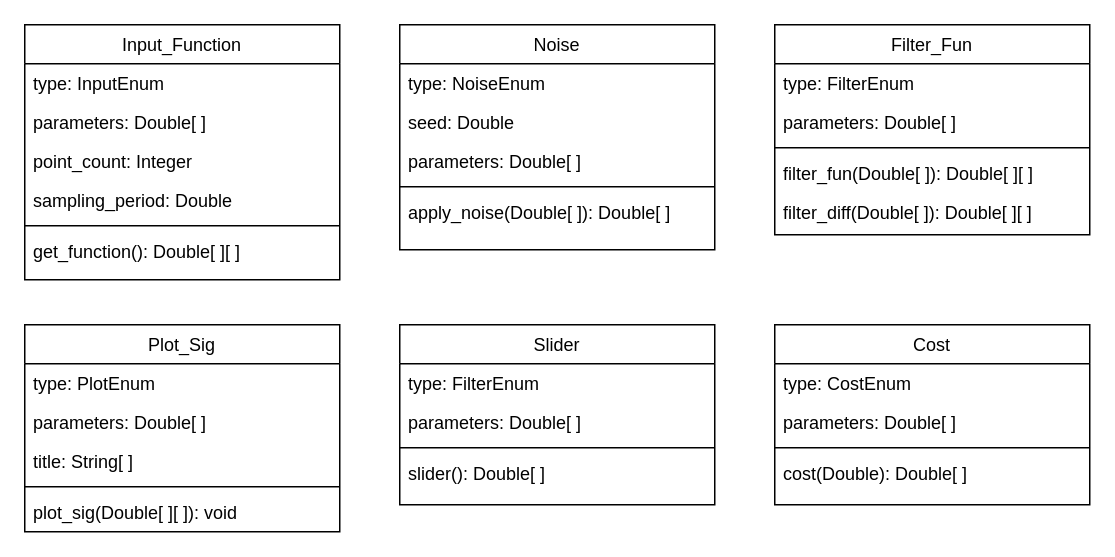
Above: page "Overview" (1 of 6) of overview.drawio in TGSP1997/OS-RST (draw.io), before the change. Source tidied: cells renumbered, new cells numbered last; positions are measured from the earlier drawing's top-left corner, leaving out a move shared by most shapes. Both pictures are drawn from the tidied source at 150%, with x=0, y=0 at pixel (24, 24).
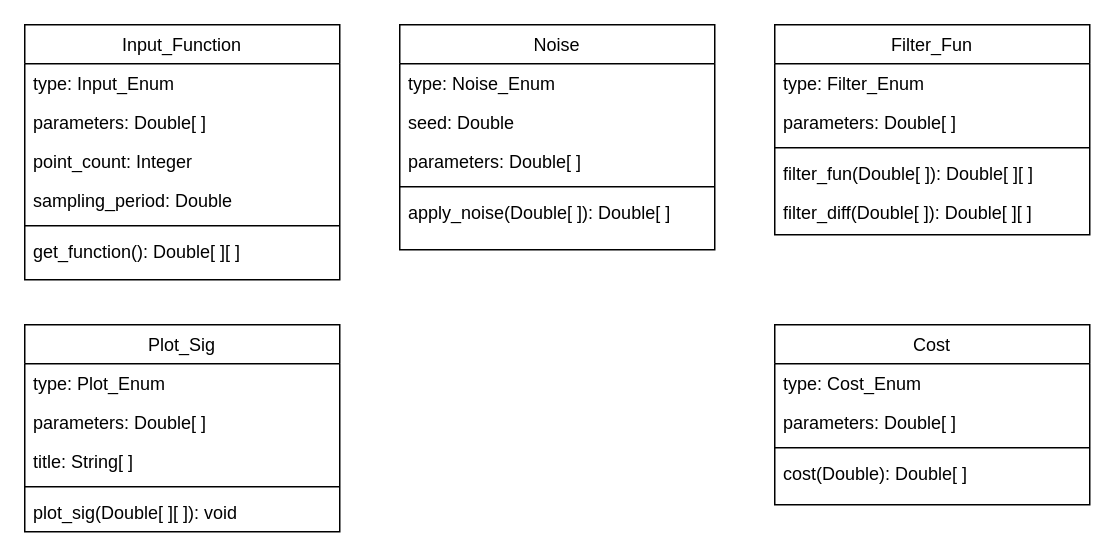
The same page after the edit.

The change refers to these unchanged cells:
```xml
<mxCell id="2" value="Input_Function" style="swimlane;fontStyle=0;align=center;verticalAlign=top;horizontal=1;startSize=26;rounded=0;shadow=0;strokeWidth=1;" parent="1" vertex="1">
  <mxGeometry width="210" height="170" as="geometry" />
</mxCell>
<mxCell id="9" value="Noise" style="swimlane;fontStyle=0;align=center;verticalAlign=top;horizontal=1;startSize=26;rounded=0;shadow=0;strokeWidth=1;" parent="1" vertex="1">
  <mxGeometry x="250" width="210" height="150" as="geometry" />
</mxCell>
<mxCell id="15" value="Filter_Fun" style="swimlane;fontStyle=0;align=center;verticalAlign=top;horizontal=1;startSize=26;rounded=0;shadow=0;strokeWidth=1;" parent="1" vertex="1">
  <mxGeometry x="500" width="210" height="140" as="geometry" />
</mxCell>
<mxCell id="21" value="Cost" style="swimlane;fontStyle=0;align=center;verticalAlign=top;horizontal=1;startSize=26;rounded=0;shadow=0;strokeWidth=1;" parent="1" vertex="1">
  <mxGeometry x="500" y="200" width="210" height="120" as="geometry" />
</mxCell>
<mxCell id="26" value="Plot_Sig" style="swimlane;fontStyle=0;align=center;verticalAlign=top;horizontal=1;startSize=26;rounded=0;shadow=0;strokeWidth=1;" parent="1" vertex="1">
  <mxGeometry y="200" width="210" height="138" as="geometry" />
</mxCell>
```

What changed in the source:
```diff
@@
-    <mxCell id="3" value="type: InputEnum" style="text;align=left;verticalAlign=top;spacingLeft=4;spacingRight=4;overflow=hidden;" parent="2" vertex="1">
+    <mxCell id="3" value="type: Input_Enum" style="text;align=left;verticalAlign=top;spacingLeft=4;spacingRight=4;overflow=hidden;" parent="2" vertex="1">
       <mxGeometry y="26" width="210" height="26" as="geometry" />
     </mxCell>
@@
-    <mxCell id="10" value="type: NoiseEnum" style="text;align=left;verticalAlign=top;spacingLeft=4;spacingRight=4;overflow=hidden;" parent="9" vertex="1">
+    <mxCell id="10" value="type: Noise_Enum" style="text;align=left;verticalAlign=top;spacingLeft=4;spacingRight=4;overflow=hidden;" parent="9" vertex="1">
       <mxGeometry y="26" width="210" height="26" as="geometry" />
     </mxCell>
@@
-    <mxCell id="16" value="type: FilterEnum" style="text;align=left;verticalAlign=top;spacingLeft=4;spacingRight=4;overflow=hidden;" parent="15" vertex="1">
+    <mxCell id="16" value="type: Filter_Enum" style="text;align=left;verticalAlign=top;spacingLeft=4;spacingRight=4;overflow=hidden;" parent="15" vertex="1">
       <mxGeometry y="26" width="210" height="26" as="geometry" />
     </mxCell>
@@
-    <mxCell id="22" value="type: CostEnum" style="text;align=left;verticalAlign=top;spacingLeft=4;spacingRight=4;overflow=hidden;" parent="21" vertex="1">
+    <mxCell id="22" value="type: Cost_Enum" style="text;align=left;verticalAlign=top;spacingLeft=4;spacingRight=4;overflow=hidden;" parent="21" vertex="1">
       <mxGeometry y="26" width="210" height="26" as="geometry" />
     </mxCell>
@@
-    <mxCell id="27" value="type: PlotEnum" style="text;align=left;verticalAlign=top;spacingLeft=4;spacingRight=4;overflow=hidden;" parent="26" vertex="1">
+    <mxCell id="27" value="type: Plot_Enum" style="text;align=left;verticalAlign=top;spacingLeft=4;spacingRight=4;overflow=hidden;" parent="26" vertex="1">
       <mxGeometry y="26" width="210" height="26" as="geometry" />
     </mxCell>
@@
-    <mxCell id="32" value="Slider" style="swimlane;fontStyle=0;align=center;verticalAlign=top;horizontal=1;startSize=26;rounded=0;shadow=0;strokeWidth=1;" parent="1" vertex="1">
-      <mxGeometry x="250" y="200" width="210" height="120" as="geometry" />
-    </mxCell>
-    <mxCell id="33" value="type: FilterEnum" style="text;align=left;verticalAlign=top;spacingLeft=4;spacingRight=4;overflow=hidden;" parent="32" vertex="1">
-      <mxGeometry y="26" width="210" height="26" as="geometry" />
-    </mxCell>
-    <mxCell id="34" value="parameters: Double[ ]" style="text;align=left;verticalAlign=top;spacingLeft=4;spacingRight=4;overflow=hidden;rounded=0;shadow=0;html=0;" parent="32" vertex="1">
-      <mxGeometry y="52" width="210" height="26" as="geometry" />
-    </mxCell>
-    <mxCell id="35" style="line;html=1;strokeWidth=1;align=left;verticalAlign=middle;spacingTop=-1;spacingLeft=3;spacingRight=3;labelPosition=right;" parent="32" vertex="1">
-      <mxGeometry y="78" width="210" height="8" as="geometry" />
-    </mxCell>
-    <mxCell id="36" value="slider(): Double[ ]" style="text;align=left;verticalAlign=top;spacingLeft=4;spacingRight=4;overflow=hidden;" parent="32" vertex="1">
-      <mxGeometry y="86" width="210" height="26" as="geometry" />
-    </mxCell>
```
